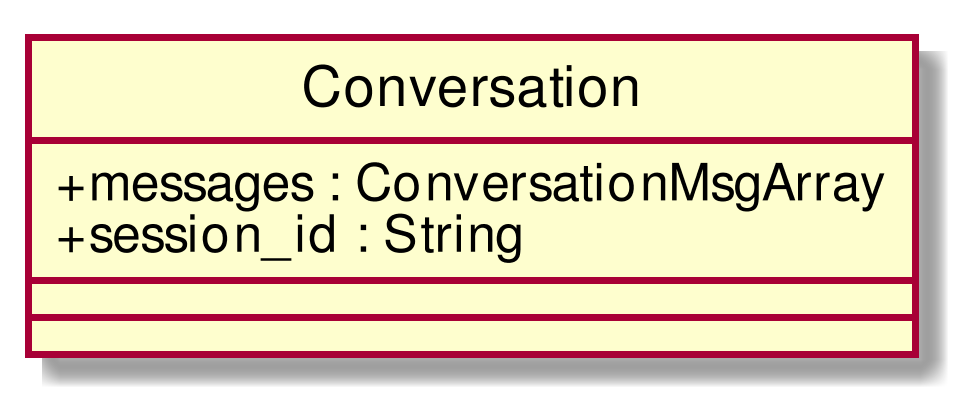
CoCodeSWE/Docs keeps this PlantUML diagram as RP/Esterni/DefinizioneDiProdotto/images/ClassConversation.png. Above is the earlier version.
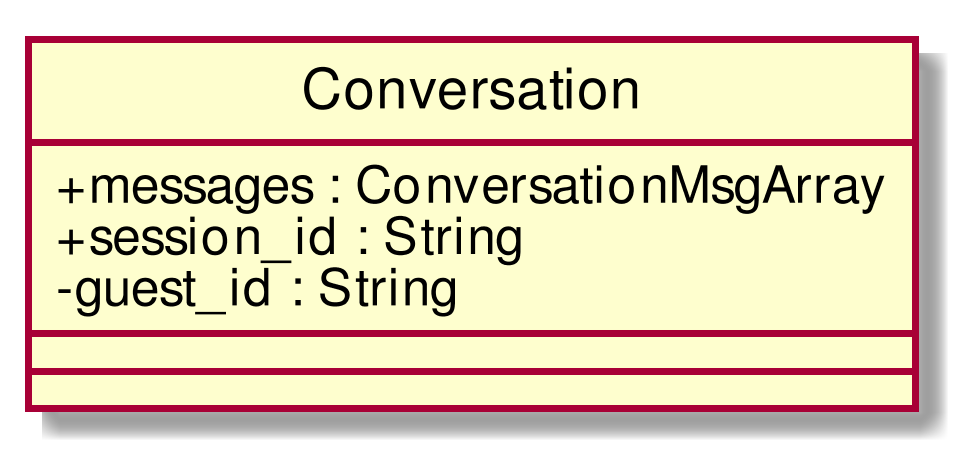
After the commit.

Change to the diagram source:
```diff
@@ -4,6 +4,7 @@
 class Conversation{
 + messages : ConversationMsgArray
 + session_id : String
+- guest_id : String
 __
 __
 
```
